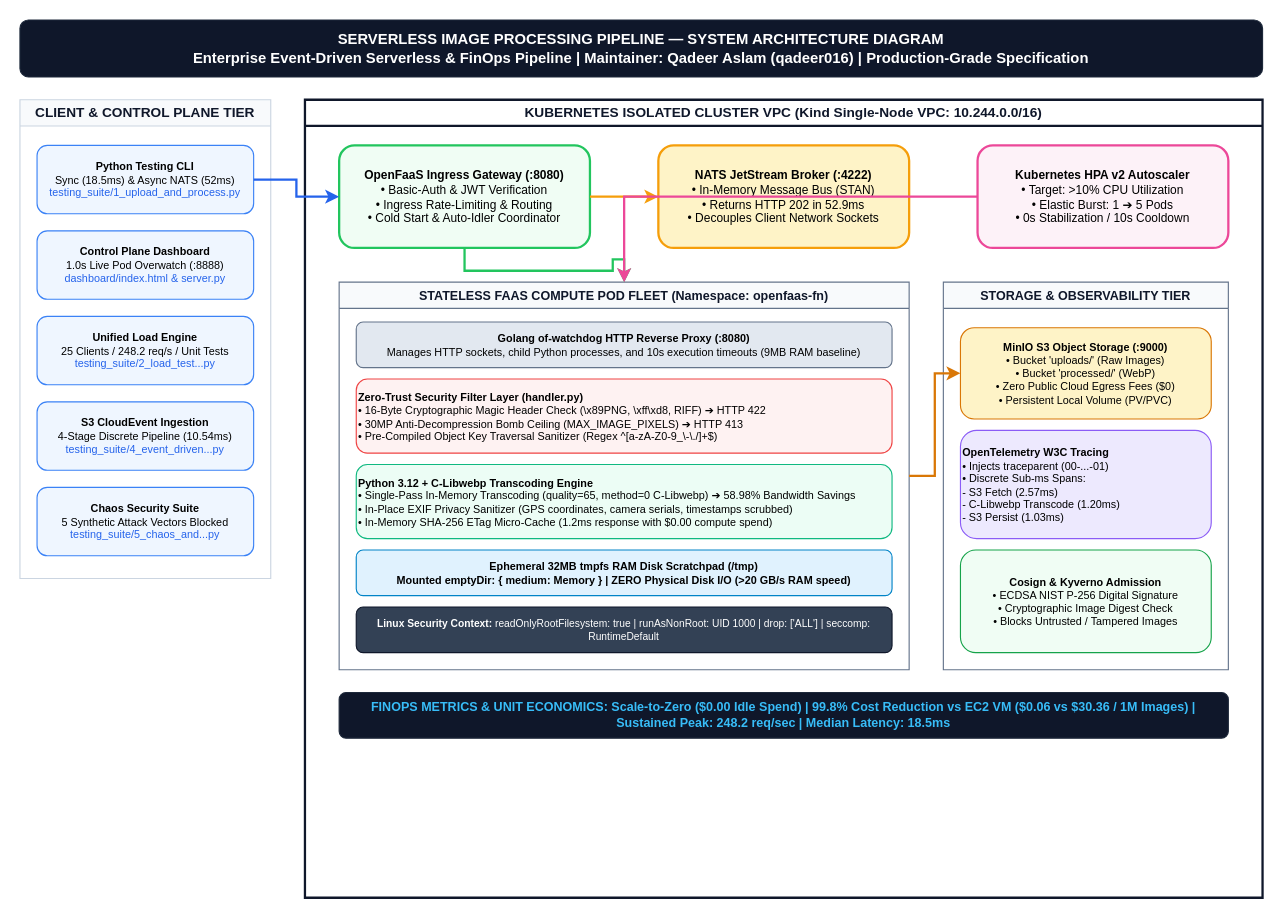
Before: page "1. System Architecture Diagram" (1 of 6) of architecture_diagrams/all.drawio in qadeeraay/serverless-cost-pipeline, a draw.io diagram. Source tidied: cells renumbered, new cells numbered last; positions are measured from the earlier drawing's top-left corner, leaving out a move shared by most shapes. Both pictures are drawn from the tidied source at 114%, with x=0, y=0 at pixel (19, 19).
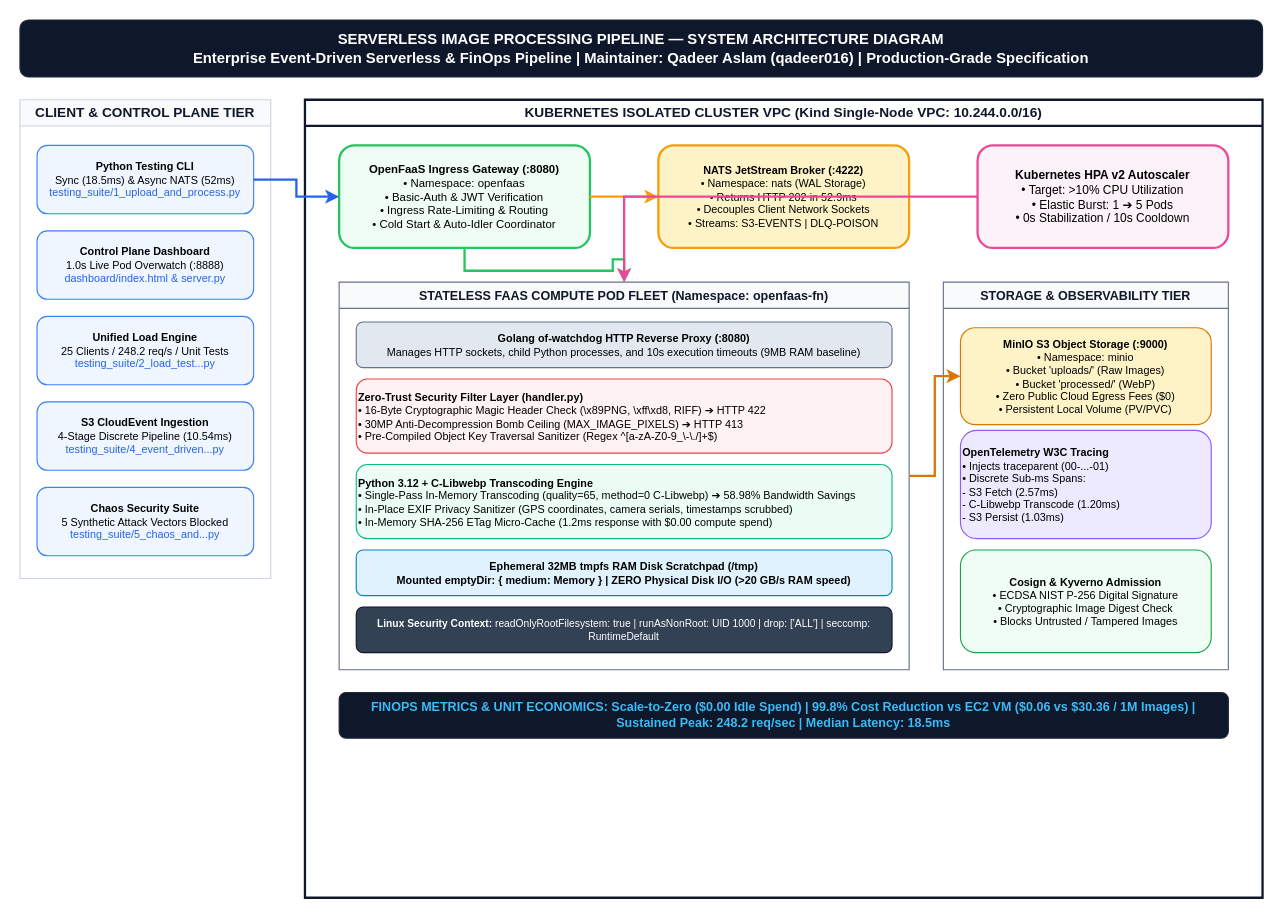
Above is the later version.

Commit message (it also covers changes not shown here):
docs: update architecture documentation and diagrams to reflect minio namespace migration

The change refers to these unchanged cells:
```xml
<mxCell id="9" value="KUBERNETES ISOLATED CLUSTER VPC (Kind Single-Node VPC: 10.244.0.0/16)" style="swimlane;whiteSpace=wrap;html=1;fillColor=#ffffff;strokeColor=#0f172a;strokeWidth=2;fontColor=#0f172a;fontSize=12;fontStyle=1;" parent="1" vertex="1">
  <mxGeometry x="250" y="70" width="840" height="700" as="geometry" />
</mxCell>
<mxCell id="19" value="STORAGE &amp; OBSERVABILITY TIER" style="swimlane;whiteSpace=wrap;html=1;fillColor=#f8fafc;strokeColor=#64748b;fontColor=#0f172a;fontSize=11;fontStyle=1;" parent="9" vertex="1">
  <mxGeometry x="560" y="160" width="250" height="340" as="geometry" />
</mxCell>
```

Change to the diagram source:
```diff
@@
-    <mxCell id="10" value="&lt;b&gt;OpenFaaS Ingress Gateway (:8080)&lt;/b&gt;&lt;br&gt;• Basic-Auth &amp; JWT Verification&lt;br&gt;• Ingress Rate-Limiting &amp; Routing&lt;br&gt;• Cold Start &amp; Auto-Idler Coordinator" style="rounded=1;whiteSpace=wrap;html=1;fillColor=#f0fdf4;strokeColor=#22c55e;fontSize=10.5;strokeWidth=2;" parent="9" vertex="1">
+    <mxCell id="10" value="&lt;b&gt;OpenFaaS Ingress Gateway (:8080)&lt;/b&gt;&lt;br&gt;• Namespace: openfaas&lt;br&gt;• Basic-Auth &amp; JWT Verification&lt;br&gt;• Ingress Rate-Limiting &amp; Routing&lt;br&gt;• Cold Start &amp; Auto-Idler Coordinator" style="rounded=1;whiteSpace=wrap;html=1;fillColor=#f0fdf4;strokeColor=#22c55e;fontSize=10;strokeWidth=2;" parent="9" vertex="1">
       <mxGeometry x="30" y="40" width="220" height="90" as="geometry" />
     </mxCell>
-    <mxCell id="11" value="&lt;b&gt;NATS JetStream Broker (:4222)&lt;/b&gt;&lt;br&gt;• In-Memory Message Bus (STAN)&lt;br&gt;• Returns HTTP 202 in 52.9ms&lt;br&gt;• Decouples Client Network Sockets" style="rounded=1;whiteSpace=wrap;html=1;fillColor=#fef3c7;strokeColor=#f59e0b;fontSize=10.5;strokeWidth=2;" parent="9" vertex="1">
+    <mxCell id="11" value="&lt;b&gt;NATS JetStream Broker (:4222)&lt;/b&gt;&lt;br&gt;• Namespace: nats (WAL Storage)&lt;br&gt;• Returns HTTP 202 in 52.9ms&lt;br&gt;• Decouples Client Network Sockets&lt;br&gt;• Streams: S3-EVENTS | DLQ-POISON" style="rounded=1;whiteSpace=wrap;html=1;fillColor=#fef3c7;strokeColor=#f59e0b;fontSize=9.5;strokeWidth=2;" parent="9" vertex="1">
       <mxGeometry x="310" y="40" width="220" height="90" as="geometry" />
     </mxCell>
@@
-    <mxCell id="20" value="&lt;b&gt;MinIO S3 Object Storage (:9000)&lt;/b&gt;&lt;br&gt;• Bucket 'uploads/' (Raw Images)&lt;br&gt;• Bucket 'processed/' (WebP)&lt;br&gt;• Zero Public Cloud Egress Fees ($0)&lt;br&gt;• Persistent Local Volume (PV/PVC)" style="rounded=1;whiteSpace=wrap;html=1;fillColor=#fef3c7;strokeColor=#d97706;fontSize=9.5;" parent="19" vertex="1">
-      <mxGeometry x="15" y="40" width="220" height="80" as="geometry" />
+    <mxCell id="20" value="&lt;b&gt;MinIO S3 Object Storage (:9000)&lt;/b&gt;&lt;br&gt;• Namespace: minio&lt;br&gt;• Bucket 'uploads/' (Raw Images)&lt;br&gt;• Bucket 'processed/' (WebP)&lt;br&gt;• Zero Public Cloud Egress Fees ($0)&lt;br&gt;• Persistent Local Volume (PV/PVC)" style="rounded=1;whiteSpace=wrap;html=1;fillColor=#fef3c7;strokeColor=#d97706;fontSize=9.5;" parent="19" vertex="1">
+      <mxGeometry x="15" y="40" width="220" height="85" as="geometry" />
     </mxCell>
```
